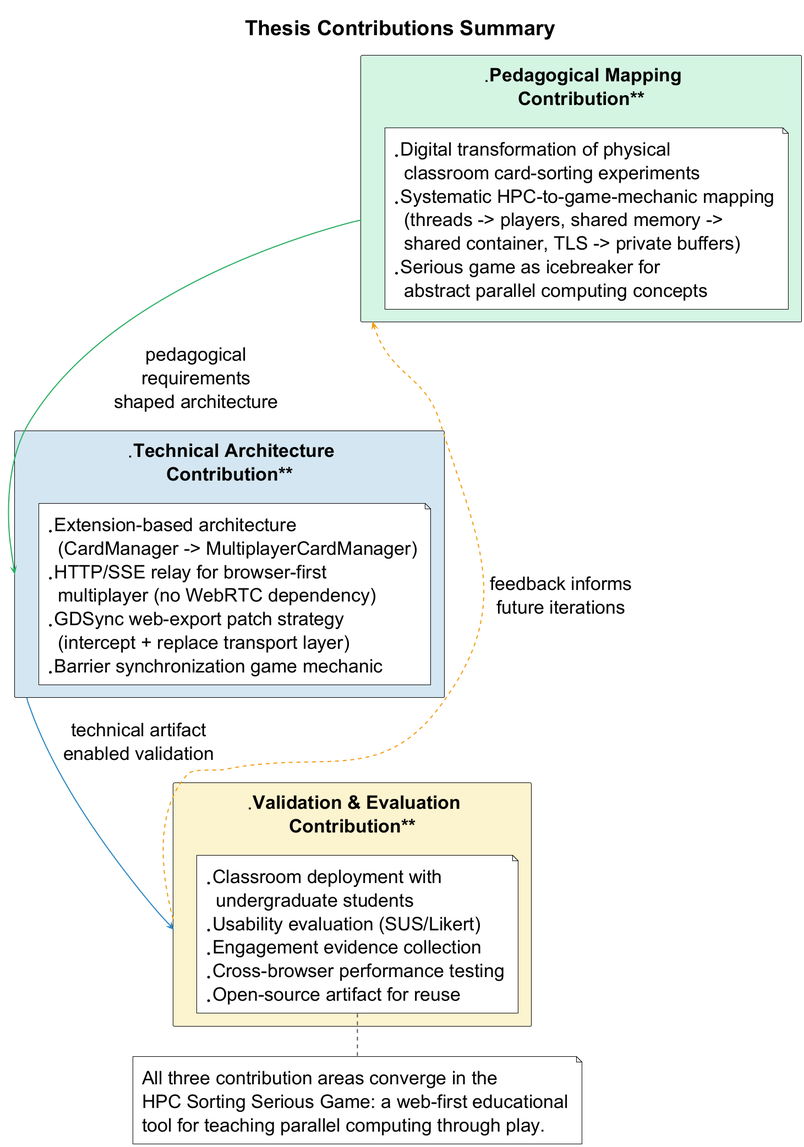
The PlantUML diagram figures/diagrams/contributions-summary-overview.png in Siponek/HPC-thesis, before a commit.
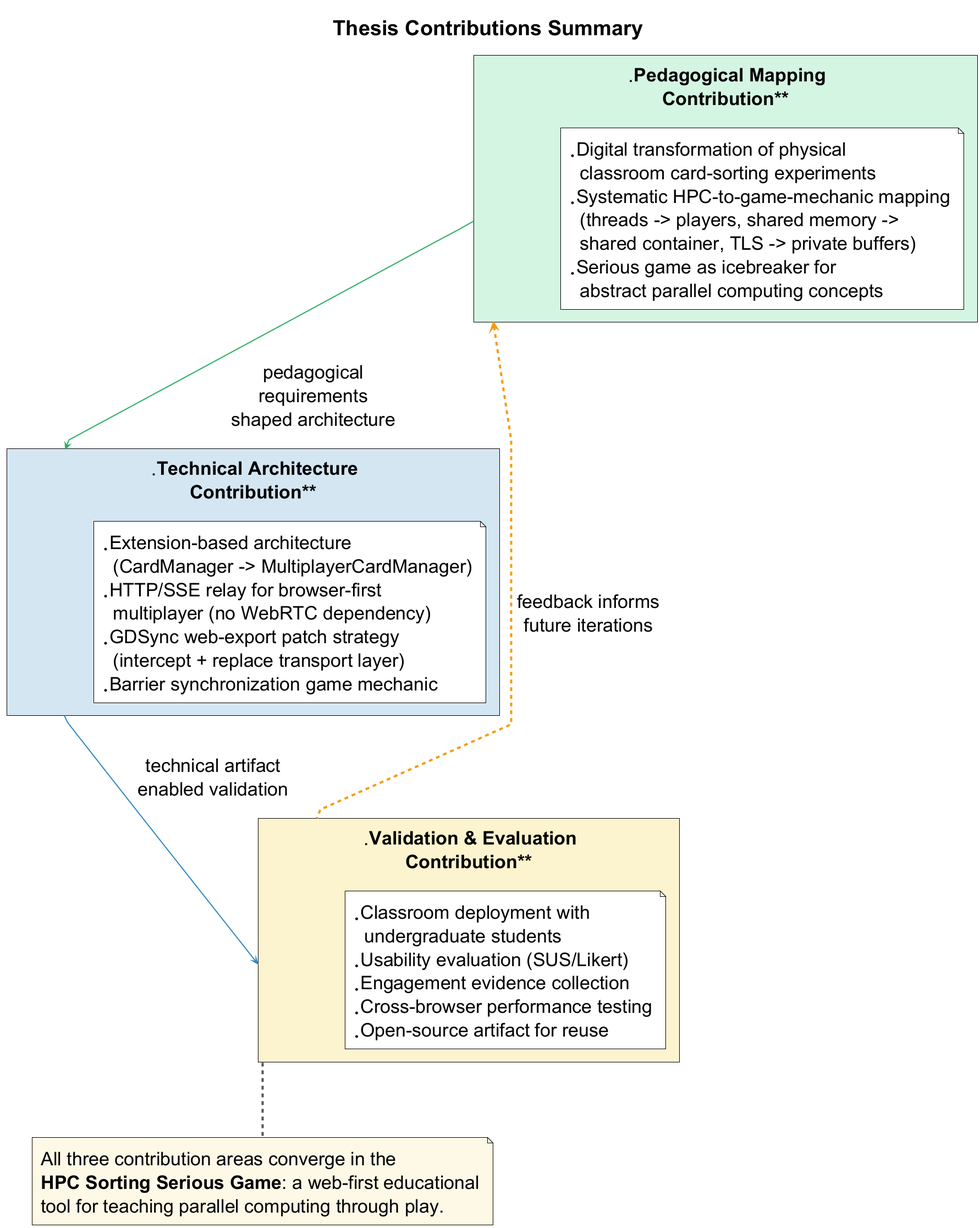
Above is the later version.

Change to the diagram source:
```diff
@@ -2,10 +2,20 @@
 !theme plain
 !include ../shared/theme.puml
 
+skinparam DefaultFontSize 34
+skinparam TitleFontSize 38
+skinparam RectangleFontSize 34
+skinparam NoteFontSize 34
+skinparam ArrowThickness 4
+
+skinparam nodesep 150
+skinparam ranksep 160
+skinparam linetype polyline
+
 title Thesis Contributions Summary
 
 rectangle "**Pedagogical Mapping\nContribution**" as PED #D5F5E3 {
-  note as PED_N
+  note as PED_N #FFFFFF
   * Digital transformation of physical
     classroom card-sorting experiments
   * Systematic HPC-to-game-mechanic mapping
@@ -17,7 +27,7 @@
 }
 
 rectangle "**Technical Architecture\nContribution**" as ARCH #D4E6F1 {
-  note as ARCH_N
+  note as ARCH_N #FFFFFF
   * Extension-based architecture
     (CardManager -> MultiplayerCardManager)
   * HTTP/SSE relay for browser-first
@@ -29,7 +39,7 @@
 }
 
 rectangle "**Validation & Evaluation\nContribution**" as EVAL #FCF3CF {
-  note as EVAL_N
+  note as EVAL_N #FFFFFF
   * Classroom deployment with
     undergraduate students
   * Usability evaluation (SUS/Likert)
@@ -39,14 +49,16 @@
   end note
 }
 
-PED -[#27AE60,bold]-> ARCH : pedagogical\nrequirements\nshaped architecture
-ARCH -[#2E86C1,bold]-> EVAL : technical artifact\nenabled validation
-EVAL -[#F39C12,bold,dashed]-> PED : feedback informs\nfuture iterations
 
-note bottom
-All three contribution areas converge in the
-HPC Sorting Serious Game: a web-first educational
-tool for teaching parallel computing through play.
+PED -down[#27AE60,bold]-> ARCH : pedagogical\nrequirements\nshaped architecture
+ARCH -down[#2E86C1,bold]-> EVAL : technical artifact\nenabled validation
+
+EVAL -up[#F39C12,bold,dashed]-> PED : feedback informs\nfuture iterations
+
+note bottom of EVAL #FEF9E7
+  All three contribution areas converge in the
+  **HPC Sorting Serious Game**: a web-first educational
+  tool for teaching parallel computing through play.
 end note
 
 @enduml
```
